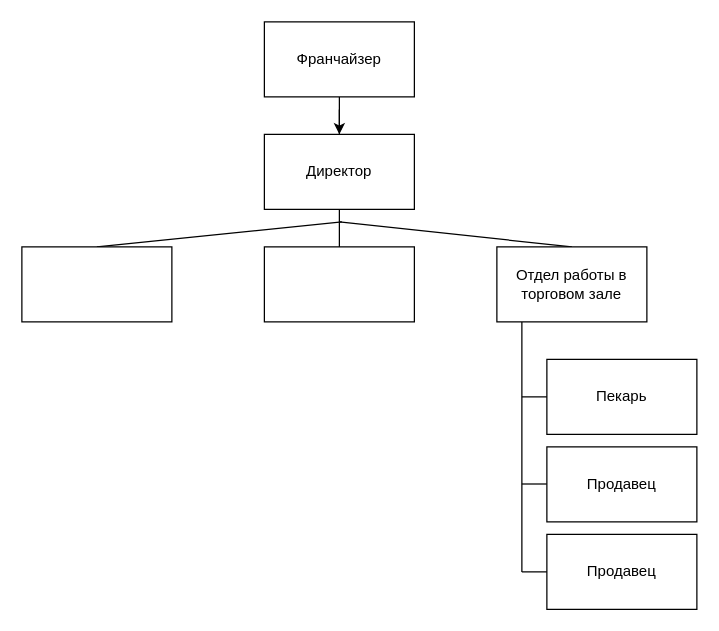
Mesius12/MIREA_67-23-BD keeps this draw.io diagram as test.drawio. Above is the earlier version. Source tidied: cells renumbered, new cells numbered last; positions are measured from the earlier drawing's top-left corner, leaving out a move shared by most shapes. Both pictures are drawn from the tidied source at 125%, with x=0, y=0 at pixel (21, 21).
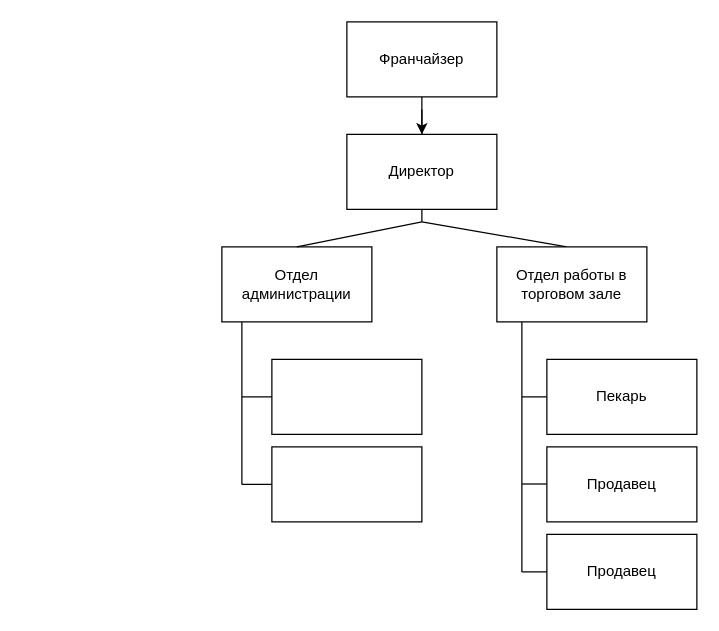
The same page after the edit.

Change to the diagram source:
```diff
@@
     <mxCell id="3" value="Франчайзер" style="rounded=0;whiteSpace=wrap;html=1;" parent="1" vertex="1">
-      <mxGeometry x="194" width="120" height="60" as="geometry" />
+      <mxGeometry x="260" width="120" height="60" as="geometry" />
     </mxCell>
     <mxCell id="4" value="Директор" style="rounded=0;whiteSpace=wrap;html=1;" parent="1" vertex="1">
-      <mxGeometry x="194" y="90" width="120" height="60" as="geometry" />
+      <mxGeometry x="260" y="90" width="120" height="60" as="geometry" />
     </mxCell>
     <mxCell id="5" style="endArrow=none;html=1;rounded=0;" parent="1" edge="1">
       <mxGeometry relative="1" as="geometry">
-        <mxPoint x="440" y="180" as="sourcePoint" />
-        <mxPoint x="254" y="160" as="targetPoint" />
+        <mxPoint x="436" y="180" as="sourcePoint" />
+        <mxPoint x="320" y="160" as="targetPoint" />
       </mxGeometry>
     </mxCell>
     <mxCell id="6" style="endArrow=none;html=1;rounded=0;" parent="1" edge="1" source="4">
       <mxGeometry relative="1" as="geometry">
-        <mxPoint x="254" y="70" as="targetPoint" />
+        <mxPoint x="320" y="70" as="targetPoint" />
       </mxGeometry>
     </mxCell>
@@
     <mxCell id="16" style="endArrow=none;html=1;rounded=0;entryX=0.5;entryY=1;entryDx=0;entryDy=0;" parent="1" edge="1" target="4">
       <mxGeometry relative="1" as="geometry">
-        <mxPoint x="254" y="180" as="sourcePoint" />
+        <mxPoint x="320" y="160" as="sourcePoint" />
       </mxGeometry>
     </mxCell>
-    <mxCell id="17" style="rounded=0;whiteSpace=wrap;html=1;" parent="1" vertex="1">
-      <mxGeometry x="194" y="180" width="120" height="60" as="geometry" />
+    <mxCell id="17" value="Отдел администрации" style="rounded=0;whiteSpace=wrap;html=1;" parent="1" vertex="1">
+      <mxGeometry x="160" y="180" width="120" height="60" as="geometry" />
     </mxCell>
-    <mxCell id="18" style="endArrow=none;html=1;rounded=0;" parent="1" edge="1">
-      <mxGeometry relative="1" as="geometry">
-        <mxPoint x="256" y="160" as="sourcePoint" />
-        <mxPoint x="60" y="180" as="targetPoint" />
-      </mxGeometry>
-    </mxCell>
-    <mxCell id="19" style="rounded=0;whiteSpace=wrap;html=1;" parent="1" vertex="1">
-      <mxGeometry y="180" width="120" height="60" as="geometry" />
-    </mxCell>
+    <mxCell id="20" style="endArrow=none;html=1;rounded=0;exitX=0.5;exitY=0;exitDx=0;exitDy=0;" parent="1" edge="1" source="17">
+      <mxGeometry relative="1" as="geometry">
+        <mxPoint x="320" y="160" as="targetPoint" />
+      </mxGeometry>
+    </mxCell>
+    <mxCell id="21" style="rounded=0;whiteSpace=wrap;html=1;" parent="1" vertex="1">
+      <mxGeometry x="200" y="270" width="120" height="60" as="geometry" />
+    </mxCell>
+    <mxCell id="22" style="endArrow=none;html=1;rounded=0;" parent="1" edge="1">
+      <mxGeometry relative="1" as="geometry">
+        <mxPoint x="176" y="370" as="sourcePoint" />
+        <mxPoint x="176" y="240" as="targetPoint" />
+      </mxGeometry>
+    </mxCell>
+    <mxCell id="23" style="endArrow=none;html=1;rounded=0;exitX=0;exitY=0.5;exitDx=0;exitDy=0;" parent="1" edge="1" source="21">
+      <mxGeometry relative="1" as="geometry">
+        <mxPoint x="176" y="300" as="targetPoint" />
+      </mxGeometry>
+    </mxCell>
+    <mxCell id="24" style="rounded=0;whiteSpace=wrap;html=1;" parent="1" vertex="1">
+      <mxGeometry x="200" y="340" width="120" height="60" as="geometry" />
+    </mxCell>
+    <mxCell id="25" style="endArrow=none;html=1;rounded=0;" parent="1" edge="1">
+      <mxGeometry relative="1" as="geometry">
+        <mxPoint x="176" y="370" as="sourcePoint" />
+        <mxPoint x="200" y="370" as="targetPoint" />
+      </mxGeometry>
+    </mxCell>
```
